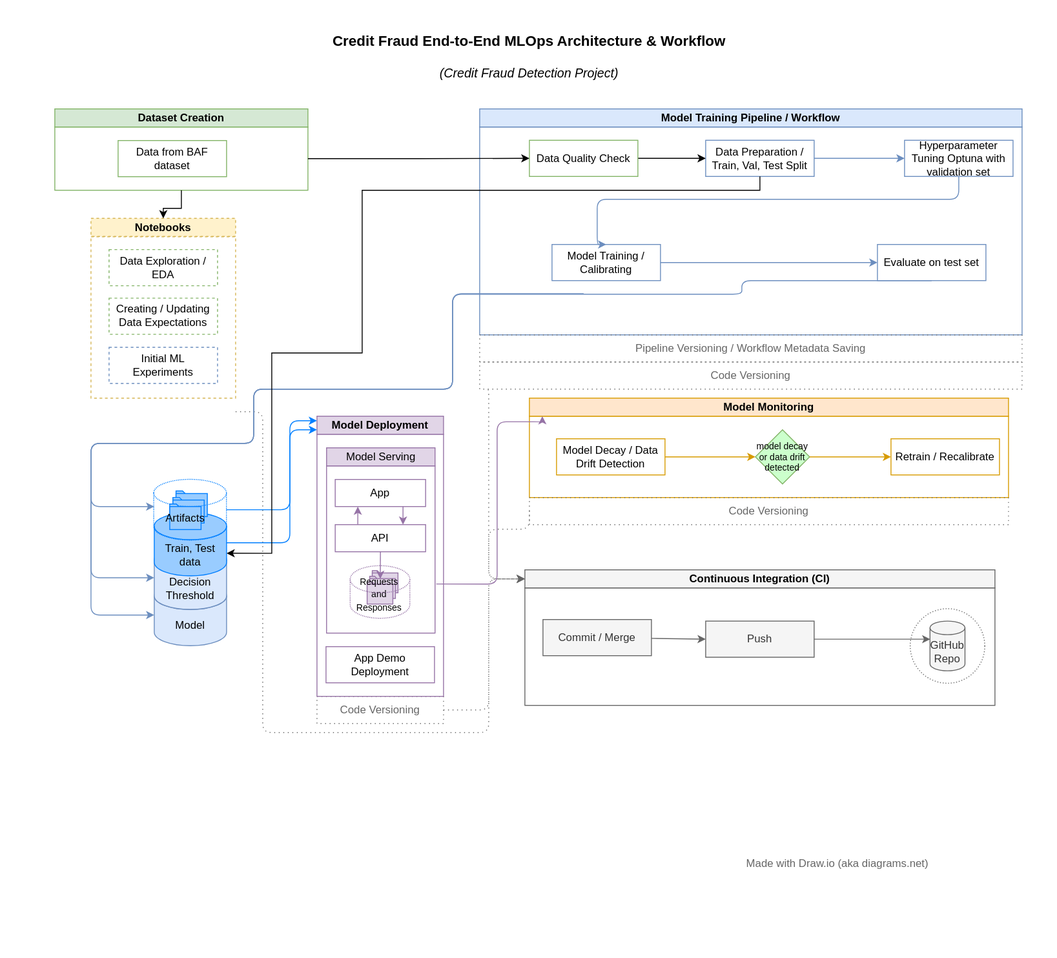
Before: project-mlops-diagram.svg, a diagram exported from draw.io (qmcao/Credit_Fraud_MLops). Source tidied: cells renumbered, new cells last; positions are measured from the earlier drawing's top-left corner, leaving out a move shared by most shapes.
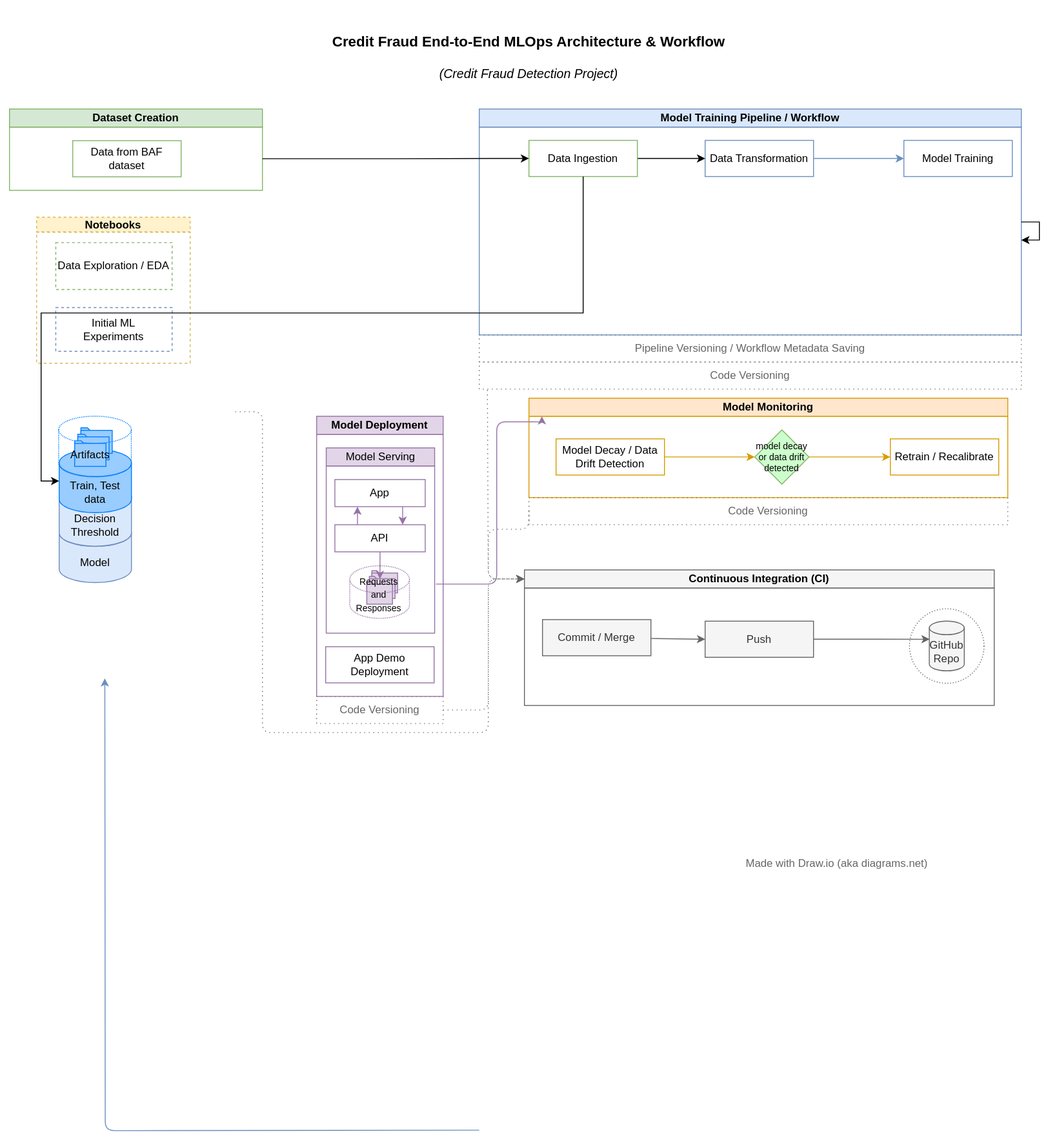
After the change.

Diff of the diagram source:
```diff
@@ -2,7 +2,7 @@
   <root>
     <mxCell id="0" />
     <mxCell id="1" parent="0" />
-    <mxCell id="2" style="rounded=0;whiteSpace=wrap;html=1;strokeColor=none;" parent="1" vertex="1">
+    <mxCell id="2" value="&lt;span style=&quot;color: rgba(0, 0, 0, 0); font-family: monospace; font-size: 0px; text-align: start; text-wrap-mode: nowrap;&quot;&gt;%3CmxGraphModel%3E%3Croot%3E%3CmxCell%20id%3D%220%22%2F%3E%3CmxCell%20id%3D%221%22%20parent%3D%220%22%2F%3E%3CmxCell%20id%3D%222%22%20style%3D%22edgeStyle%3DorthogonalEdgeStyle%3Brounded%3D0%3BorthogonalLoop%3D1%3BjettySize%3Dauto%3Bhtml%3D1%3BexitX%3D0.5%3BexitY%3D1%3BexitDx%3D0%3BexitDy%3D0%3B%22%20edge%3D%221%22%20parent%3D%221%22%3E%3CmxGeometry%20relative%3D%221%22%20as%3D%22geometry%22%3E%3CmxPoint%20x%3D%22645%22%20y%3D%22-2285%22%20as%3D%22sourcePoint%22%2F%3E%3CmxPoint%20x%3D%22180%22%20y%3D%22-2160%22%20as%3D%22targetPoint%22%2F%3E%3CArray%20as%3D%22points%22%3E%3CmxPoint%20x%3D%22645%22%20y%3D%22-2160%22%2F%3E%3C%2FArray%3E%3C%2FmxGeometry%3E%3C%2FmxCell%3E%3C%2Froot%3E%3C%2FmxGraphModel%3E&lt;/span&gt;" style="rounded=0;whiteSpace=wrap;html=1;strokeColor=none;" parent="1" vertex="1">
       <mxGeometry width="1169" height="1060" as="geometry" />
     </mxCell>
     <mxCell id="3" style="rounded=0;whiteSpace=wrap;html=1;fillColor=none;strokeColor=#6c8ebf;" parent="1" vertex="1">
@@ -15,7 +15,7 @@
       <mxGeometry x="470" y="60" width="230" height="30" as="geometry" />
     </mxCell>
     <mxCell id="6" style="group;" parent="1" vertex="1">
-      <mxGeometry x="60" y="120" width="280" height="90" as="geometry" />
+      <mxGeometry x="10" y="120" width="280" height="90" as="geometry" />
     </mxCell>
     <mxCell id="7" style="rounded=0;whiteSpace=wrap;html=1;fillColor=none;strokeColor=#82b366;" parent="6" vertex="1">
       <mxGeometry y="20" width="280" height="70" as="geometry" />
@@ -40,42 +40,24 @@
     <mxCell id="12" style="html=1;exitX=1;exitY=0.5;exitDx=0;exitDy=0;strokeColor=#6c8ebf;fontSize=10;fontColor=#666666;fillColor=#dae8fc;" parent="1" edge="1" source="13" target="41">
       <mxGeometry relative="1" as="geometry" />
     </mxCell>
-    <mxCell id="13" value="Data Preparation / Train, Val, Test Split" style="rounded=0;whiteSpace=wrap;html=1;fillColor=none;strokeColor=#6c8ebf;" parent="1" vertex="1">
+    <mxCell id="13" value="Data Transformation" style="rounded=0;whiteSpace=wrap;html=1;fillColor=none;strokeColor=#6c8ebf;" parent="1" vertex="1">
       <mxGeometry x="780" y="154.7" width="120" height="40" as="geometry" />
     </mxCell>
     <mxCell id="14" style="group;" parent="1" vertex="1">
-      <mxGeometry x="100" y="241.1" width="160" height="212.7" as="geometry" />
+      <mxGeometry x="40" y="239.8" width="170" height="172.7" as="geometry" />
     </mxCell>
     <mxCell id="15" style="group;fillColor=none;strokeColor=#d6b656;dashed=1;" parent="14" vertex="1">
-      <mxGeometry y="20.4" width="160" height="178.5" as="geometry" />
+      <mxGeometry y="16.6" width="170" height="144.9" as="geometry" />
     </mxCell>
     <mxCell id="16" value="&lt;span style=&quot;font-size: 12px;&quot;&gt;&lt;b&gt;Notebooks&lt;/b&gt;&lt;/span&gt;" style="rounded=0;whiteSpace=wrap;html=1;fontSize=14;dashed=1;fillColor=#fff2cc;strokeColor=#d6b656;" parent="14" vertex="1">
-      <mxGeometry width="160" height="20" as="geometry" />
+      <mxGeometry width="170" height="16.2" as="geometry" />
     </mxCell>
     <mxCell id="17" value="Data Exploration / EDA" style="rounded=0;whiteSpace=wrap;html=1;fontSize=12;fillColor=none;strokeColor=#82b366;dashed=1;" parent="14" vertex="1">
-      <mxGeometry x="20" y="34.6" width="120" height="40" as="geometry" />
+      <mxGeometry x="21.2" y="28.1" width="128.8" height="51.9" as="geometry" />
     </mxCell>
-    <mxCell id="18" value="Creating / Updating Data Expectations" style="rounded=0;whiteSpace=wrap;html=1;fontSize=12;fillColor=none;strokeColor=#82b366;dashed=1;" parent="14" vertex="1">
-      <mxGeometry x="20" y="88.4" width="120" height="40" as="geometry" />
-    </mxCell>
     <mxCell id="19" value="Initial ML&lt;br&gt;Experiments" style="rounded=0;whiteSpace=wrap;html=1;fontSize=12;fillColor=none;strokeColor=#6c8ebf;dashed=1;" parent="14" vertex="1">
-      <mxGeometry x="20" y="142.7" width="120" height="40" as="geometry" />
+      <mxGeometry x="21.2" y="100" width="128.8" height="48.4" as="geometry" />
     </mxCell>
-    <mxCell id="20" style="edgeStyle=orthogonalEdgeStyle;html=1;exitX=0;exitY=0.5;exitDx=0;exitDy=0;strokeColor=#6c8ebf;fontSize=10;fontColor=#666666;fillColor=#dae8fc;" parent="1" edge="1">
-      <mxGeometry relative="1" as="geometry">
-        <mxPoint x="645" y="324.6" as="sourcePoint" />
-        <mxPoint x="170" y="680" as="targetPoint" />
-        <Array as="points">
-          <mxPoint x="500" y="325" />
-          <mxPoint x="500" y="430" />
-          <mxPoint x="280" y="430" />
-          <mxPoint x="280" y="490" />
-          <mxPoint x="100" y="490" />
-          <mxPoint x="100" y="680" />
-          <mxPoint x="160" y="680" />
-        </Array>
-      </mxGeometry>
-    </mxCell>
     <mxCell id="21" style="edgeStyle=orthogonalEdgeStyle;html=1;exitX=1;exitY=0.5;exitDx=0;exitDy=0;dashed=1;dashPattern=1 4;strokeColor=#666666;fontSize=10;fontColor=#000000;fillColor=#f5f5f5;entryX=0;entryY=0.5;entryDx=0;entryDy=0;" parent="1" edge="1" target="75">
       <mxGeometry relative="1" as="geometry">
         <mxPoint x="260" y="455" as="sourcePoint" />
@@ -88,7 +70,7 @@
       </mxGeometry>
     </mxCell>
     <mxCell id="22" style="group;" parent="1" vertex="1">
-      <mxGeometry x="165" y="530" width="90" height="184" as="geometry" />
+      <mxGeometry x="60" y="460" width="90" height="184" as="geometry" />
     </mxCell>
     <mxCell id="23" value="&lt;font style=&quot;font-size: 12px;&quot;&gt;Model&lt;/font&gt;" style="shape=cylinder3;whiteSpace=wrap;html=1;boundedLbl=1;backgroundOutline=1;size=15;shadow=0;strokeColor=#6c8ebf;fontSize=10;fillColor=#dae8fc;rounded=0;" parent="22" vertex="1">
       <mxGeometry x="5" y="114" width="80" height="70" as="geometry" />
@@ -143,26 +125,12 @@
     <mxCell id="38" style="edgeStyle=orthogonalEdgeStyle;rounded=0;jettySize=auto;html=1;exitX=1;exitY=0.5;exitDx=0;exitDy=0;" parent="1" edge="1" source="39" target="13">
       <mxGeometry relative="1" as="geometry" />
     </mxCell>
-    <mxCell id="39" value="Data Quality Check" style="rounded=0;whiteSpace=wrap;html=1;fillColor=none;strokeColor=#82b366;" parent="1" vertex="1">
+    <mxCell id="39" value="Data Ingestion" style="rounded=0;whiteSpace=wrap;html=1;fillColor=none;strokeColor=#82b366;" parent="1" vertex="1">
       <mxGeometry x="585" y="154.7" width="120" height="40" as="geometry" />
     </mxCell>
-    <mxCell id="40" style="edgeStyle=orthogonalEdgeStyle;html=1;exitX=0.5;exitY=1;exitDx=0;exitDy=0;entryX=0.5;entryY=0;entryDx=0;entryDy=0;strokeColor=#6c8ebf;fontSize=10;fontColor=#666666;fillColor=#dae8fc;" parent="1" edge="1" source="41" target="43">
-      <mxGeometry relative="1" as="geometry">
-        <Array as="points">
-          <mxPoint x="1060" y="220" />
-          <mxPoint x="660" y="220" />
-        </Array>
-      </mxGeometry>
-    </mxCell>
-    <mxCell id="41" value="Hyperparameter Tuning Optuna with validation set" style="rounded=0;whiteSpace=wrap;html=1;fillColor=none;strokeColor=#6c8ebf;" parent="1" vertex="1">
+    <mxCell id="41" value="Model Training" style="rounded=0;whiteSpace=wrap;html=1;fillColor=none;strokeColor=#6c8ebf;" parent="1" vertex="1">
       <mxGeometry x="1000" y="154.7" width="120" height="40" as="geometry" />
     </mxCell>
-    <mxCell id="42" style="html=1;exitX=1;exitY=0.5;exitDx=0;exitDy=0;entryX=0;entryY=0.5;entryDx=0;entryDy=0;strokeColor=#6c8ebf;fontSize=10;fontColor=#666666;fillColor=#dae8fc;" parent="1" edge="1" source="43" target="98">
-      <mxGeometry relative="1" as="geometry" />
-    </mxCell>
-    <mxCell id="43" value="Model Training /&lt;br style=&quot;border-color: var(--border-color);&quot;&gt;Calibrating" style="rounded=0;whiteSpace=wrap;html=1;shadow=0;glass=0;sketch=0;strokeColor=#6c8ebf;fillColor=none;" parent="1" vertex="1">
-      <mxGeometry x="610" y="270" width="120" height="40" as="geometry" />
-    </mxCell>
     <mxCell id="44" value="&lt;font color=&quot;#666666&quot;&gt;Made with Draw.io (aka diagrams.net)&lt;/font&gt;" style="text;html=1;strokeColor=none;fillColor=none;align=center;verticalAlign=middle;whiteSpace=wrap;rounded=0;" parent="1" vertex="1">
       <mxGeometry x="820" y="940" width="211.7" height="30" as="geometry" />
     </mxCell>
@@ -273,51 +241,12 @@
     <mxCell id="79" style="html=1;strokeColor=#666666;fontColor=#333333;endArrow=classic;endFill=1;fillColor=#f5f5f5;entryX=0;entryY=0.5;entryDx=0;entryDy=0;" parent="71" edge="1" source="73" target="74">
       <mxGeometry relative="1" as="geometry" />
     </mxCell>
-    <mxCell id="80" style="edgeStyle=orthogonalEdgeStyle;html=1;exitX=0;exitY=0.5;exitDx=0;exitDy=0;strokeColor=#6c8ebf;fontSize=10;fontColor=#666666;fillColor=#dae8fc;entryX=0;entryY=0.5;entryDx=0;entryDy=0;entryPerimeter=0;" parent="1" edge="1" target="24">
-      <mxGeometry relative="1" as="geometry">
-        <mxPoint x="645" y="324.6" as="sourcePoint" />
-        <Array as="points">
-          <mxPoint x="500" y="325" />
-          <mxPoint x="500" y="430" />
-          <mxPoint x="280" y="430" />
-          <mxPoint x="280" y="490" />
-          <mxPoint x="100" y="490" />
-          <mxPoint x="100" y="639" />
-          <mxPoint x="170" y="639" />
-        </Array>
-      </mxGeometry>
-    </mxCell>
-    <mxCell id="81" style="edgeStyle=orthogonalEdgeStyle;html=1;exitX=0.5;exitY=1;exitDx=0;exitDy=0;strokeColor=#6c8ebf;fontSize=10;fontColor=#666666;fillColor=#dae8fc;" parent="1" edge="1" source="98">
+    <mxCell id="81" style="edgeStyle=orthogonalEdgeStyle;html=1;strokeColor=#6c8ebf;fontSize=10;fontColor=#666666;fillColor=#dae8fc;" parent="1" edge="1">
       <mxGeometry relative="1" as="geometry">
-        <mxPoint x="170" y="560" as="targetPoint" />
-        <Array as="points">
-          <mxPoint x="820" y="325" />
-          <mxPoint x="500" y="325" />
-          <mxPoint x="500" y="430" />
-          <mxPoint x="280" y="430" />
-          <mxPoint x="280" y="490" />
-          <mxPoint x="100" y="490" />
-          <mxPoint x="100" y="560" />
-        </Array>
+        <mxPoint x="530" y="1250" as="sourcePoint" />
+        <mxPoint x="115.5" y="750" as="targetPoint" />
       </mxGeometry>
     </mxCell>
-    <mxCell id="82" style="edgeStyle=orthogonalEdgeStyle;html=1;entryX=0;entryY=0.75;entryDx=0;entryDy=0;strokeColor=#007FFF;fontSize=10;fontColor=#666666;" parent="1" edge="1" target="51">
-      <mxGeometry relative="1" as="geometry">
-        <mxPoint x="250" y="600" as="sourcePoint" />
-        <Array as="points">
-          <mxPoint x="320" y="600" />
-          <mxPoint x="320" y="475" />
-        </Array>
-      </mxGeometry>
-    </mxCell>
-    <mxCell id="83" style="edgeStyle=orthogonalEdgeStyle;html=1;entryX=0;entryY=0.25;entryDx=0;entryDy=0;strokeColor=#007FFF;fontSize=10;fontColor=#666666;exitX=1;exitY=0.5;exitDx=0;exitDy=0;exitPerimeter=0;" parent="1" edge="1" source="34" target="51">
-      <mxGeometry relative="1" as="geometry">
-        <Array as="points">
-          <mxPoint x="320" y="564" />
-          <mxPoint x="320" y="465" />
-        </Array>
-      </mxGeometry>
-    </mxCell>
     <mxCell id="84" style="group;" parent="1" vertex="1">
       <mxGeometry x="585" y="440" width="530" height="140" as="geometry" />
     </mxCell>
@@ -366,22 +295,11 @@
     <mxCell id="95" style="edgeStyle=orthogonalEdgeStyle;rounded=0;jettySize=auto;html=1;exitX=1;exitY=0.5;exitDx=0;exitDy=0;" parent="1" edge="1" source="7" target="39">
       <mxGeometry relative="1" as="geometry" />
     </mxCell>
-    <mxCell id="96" style="edgeStyle=orthogonalEdgeStyle;rounded=0;jettySize=auto;html=1;exitX=0.5;exitY=1;exitDx=0;exitDy=0;entryX=1;entryY=0;entryDx=0;entryDy=45;entryPerimeter=0;" parent="1" edge="1" source="13" target="25">
-      <mxGeometry relative="1" as="geometry">
-        <Array as="points">
-          <mxPoint x="840" y="210" />
-          <mxPoint x="400" y="210" />
-          <mxPoint x="400" y="390" />
-          <mxPoint x="300" y="390" />
-          <mxPoint x="300" y="612" />
-        </Array>
-      </mxGeometry>
-    </mxCell>
-    <mxCell id="97" style="edgeStyle=orthogonalEdgeStyle;rounded=0;jettySize=auto;html=1;" parent="1" edge="1" source="7" target="16">
-      <mxGeometry relative="1" as="geometry" />
-    </mxCell>
-    <mxCell id="98" value="Evaluate on test set" style="rounded=0;whiteSpace=wrap;html=1;shadow=0;glass=0;sketch=0;fillColor=none;strokeColor=#6c8ebf;" parent="1" vertex="1">
-      <mxGeometry x="970" y="270" width="120" height="40" as="geometry" />
-    </mxCell>
+    <mxCell id="99" style="edgeStyle=orthogonalEdgeStyle;rounded=0;orthogonalLoop=1;jettySize=auto;html=1;" parent="1" edge="1" source="3" target="3">
+      <mxGeometry relative="1" as="geometry" />
+    </mxCell>
+    <mxCell id="100" style="edgeStyle=orthogonalEdgeStyle;rounded=0;jettySize=auto;html=1;exitX=0.5;exitY=1;exitDx=0;exitDy=0;entryX=0;entryY=0.5;entryDx=0;entryDy=0;entryPerimeter=0;" parent="1" edge="1" source="39" target="25">
+      <mxGeometry relative="1" as="geometry" />
+    </mxCell>
   </root>
 </mxGraphModel>
```
